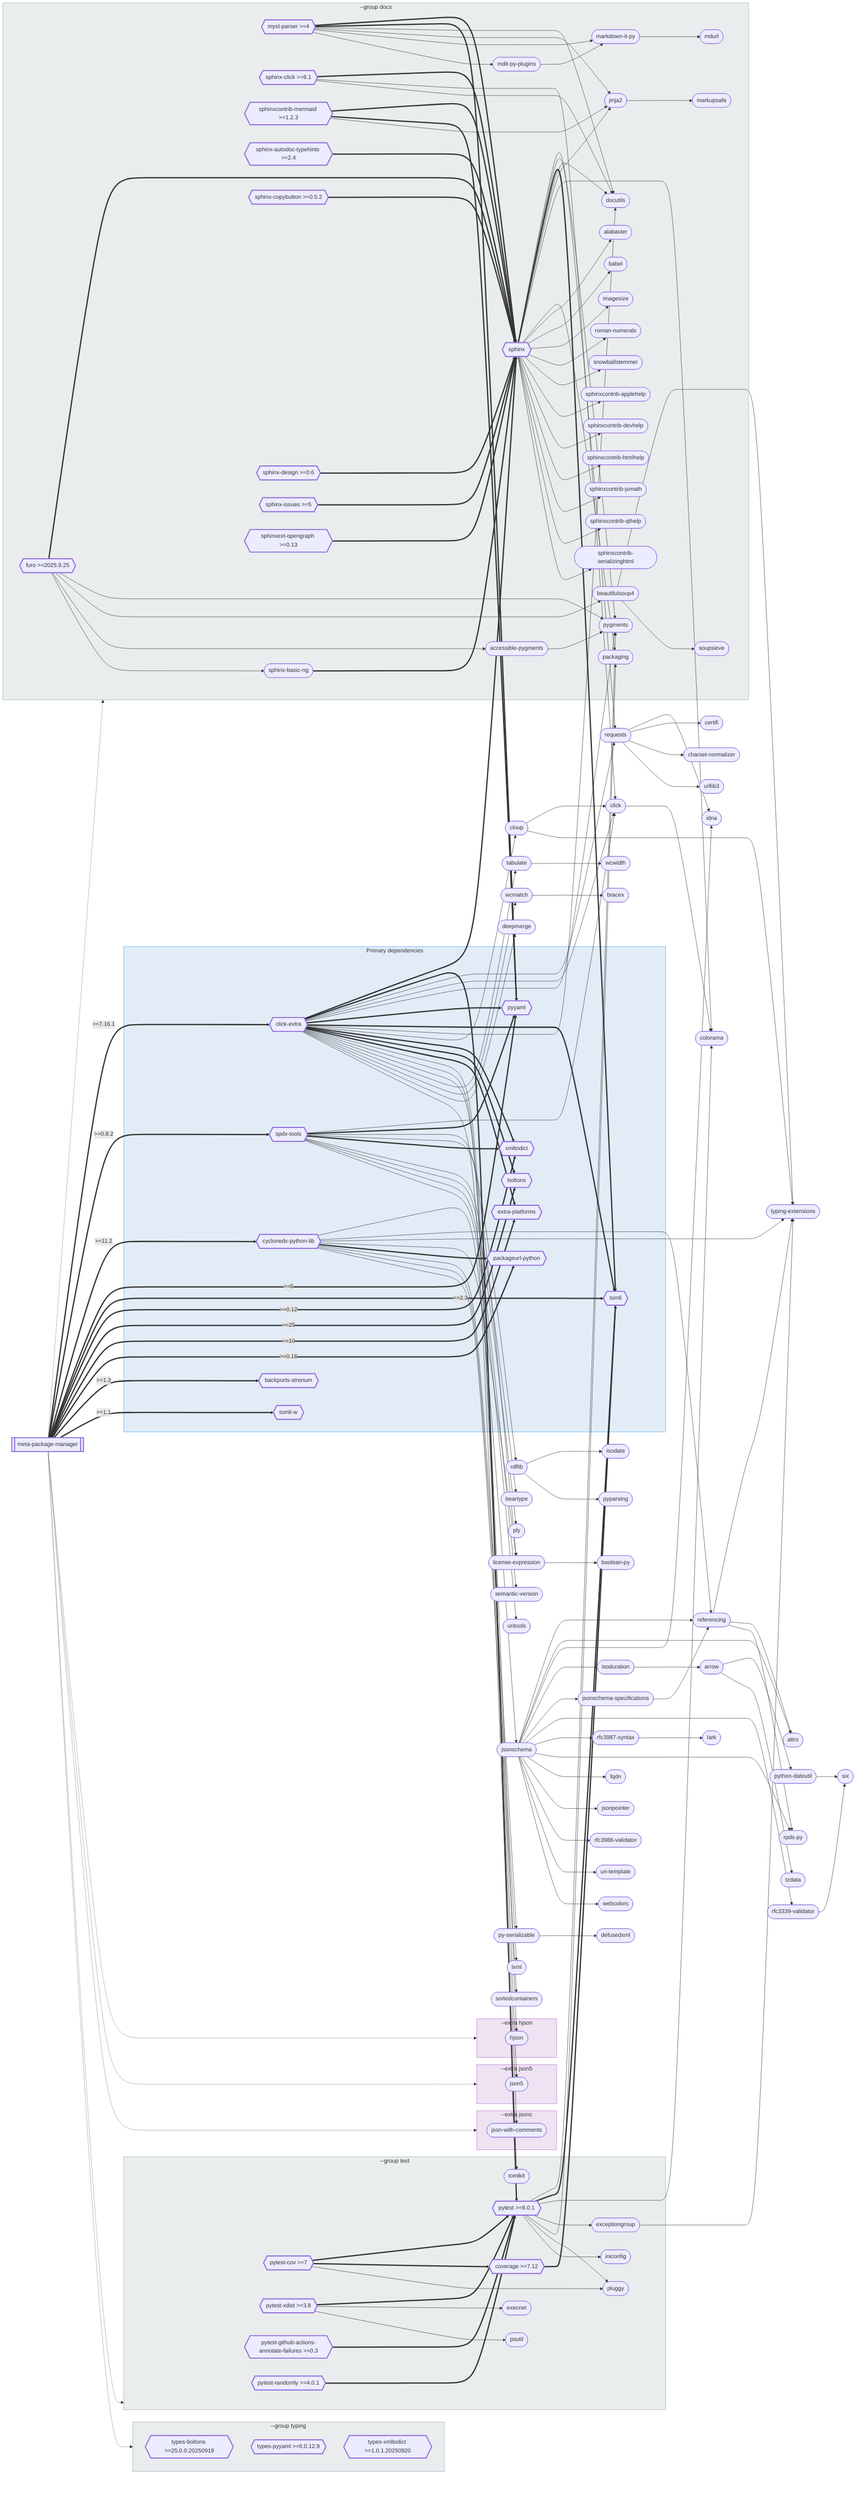
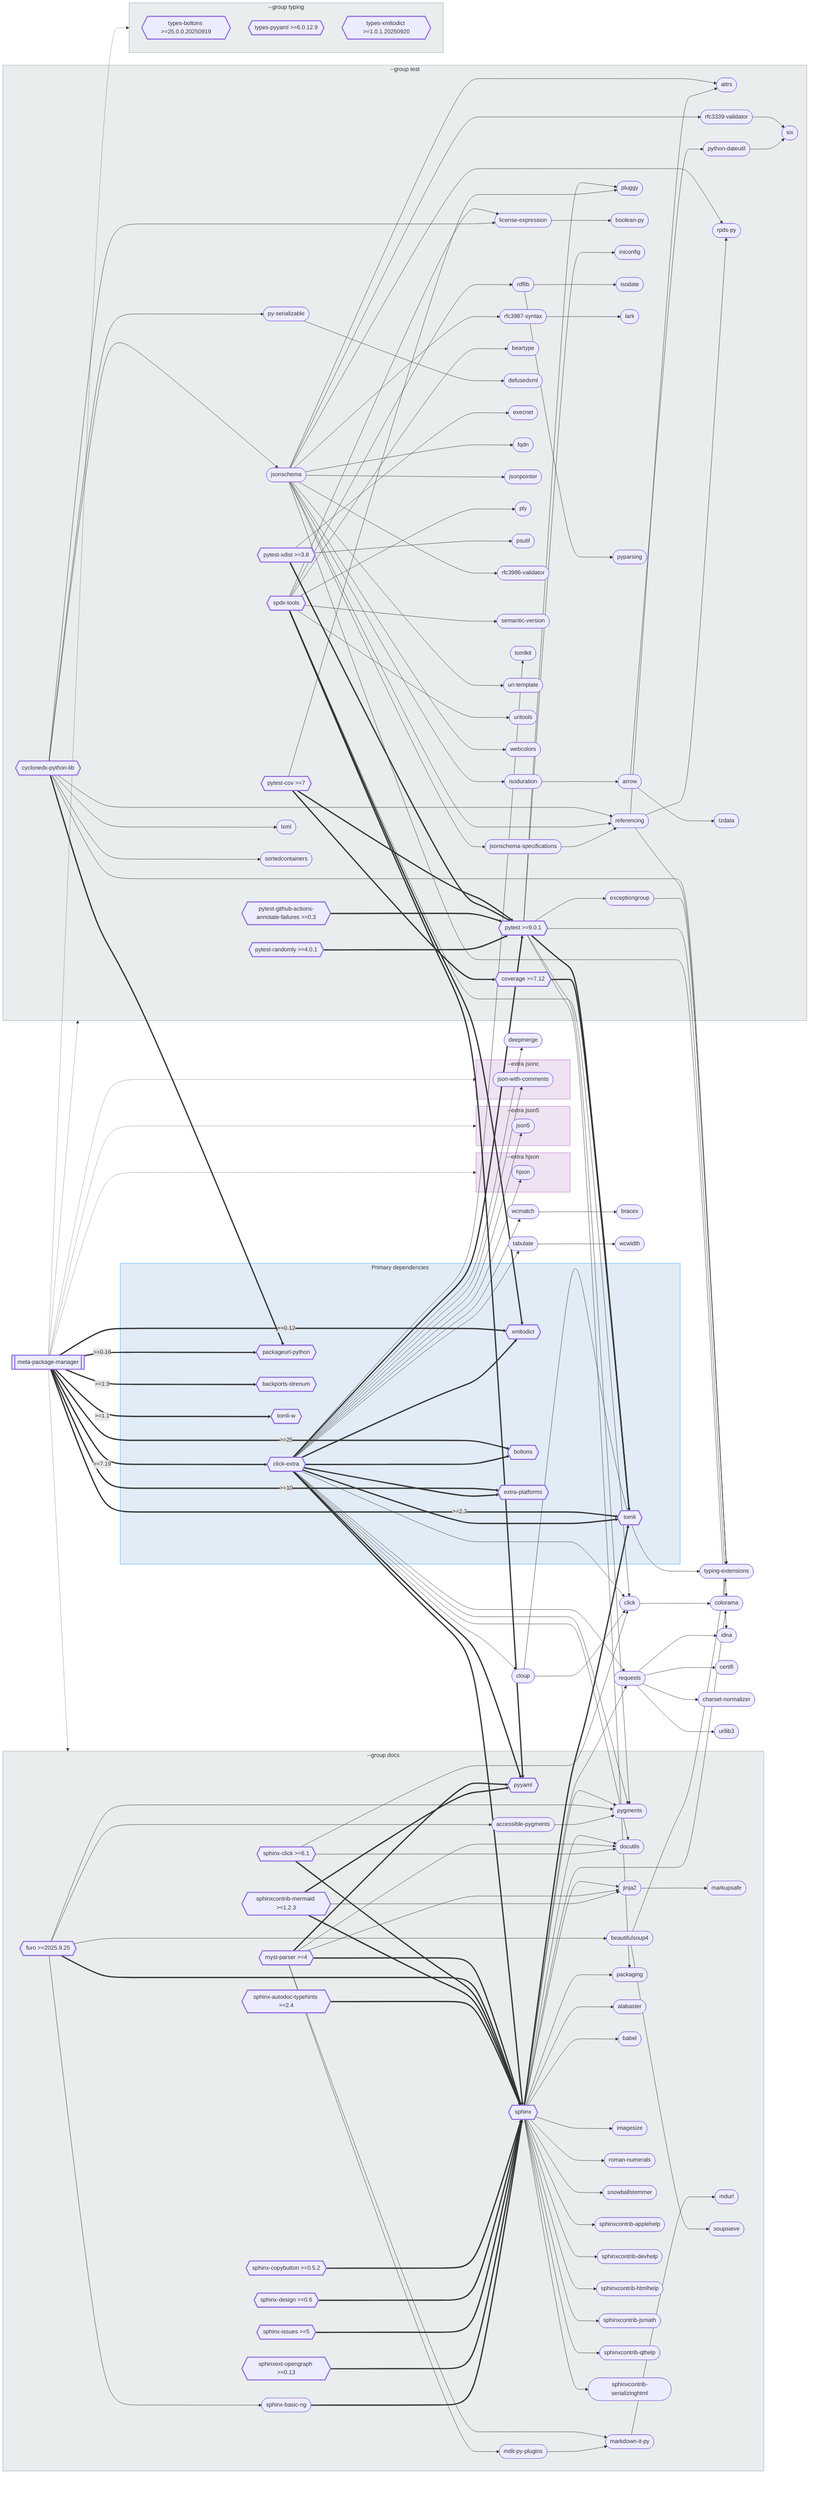
flowchart LR
    meta_package_manager[["`meta-package-manager`"]]

    subgraph primary-deps [Primary dependencies]
        click_extra{{"`click-extra`"}}
-         cyclonedx_python_lib{{"`cyclonedx-python-lib`"}}
-         spdx_tools{{"`spdx-tools`"}}
-         pyyaml{{"`pyyaml`"}}
        tomli{{"`tomli`"}}
        xmltodict{{"`xmltodict`"}}
        boltons{{"`boltons`"}}
        extra_platforms{{"`extra-platforms`"}}
        packageurl_python{{"`packageurl-python`"}}
        backports_strenum{{"`backports-strenum`"}}
        tomli_w{{"`tomli-w`"}}
    end

-     jsonschema(["`jsonschema`"])
-     referencing(["`referencing`"])
    requests(["`requests`"])
    click_0(["`click`"])
    typing_extensions(["`typing-extensions`"])
-     arrow(["`arrow`"])
    cloup(["`cloup`"])
    colorama(["`colorama`"])
-     license_expression(["`license-expression`"])
-     rdflib(["`rdflib`"])
-     attrs(["`attrs`"])
    idna(["`idna`"])
-     isoduration(["`isoduration`"])
-     jsonschema_specifications(["`jsonschema-specifications`"])
-     py_serializable(["`py-serializable`"])
-     python_dateutil(["`python-dateutil`"])
-     rfc3339_validator(["`rfc3339-validator`"])
-     rfc3987_syntax(["`rfc3987-syntax`"])
-     rpds_py(["`rpds-py`"])
-     six(["`six`"])
    tabulate(["`tabulate`"])
    wcmatch(["`wcmatch`"])
-     beartype(["`beartype`"])
-     boolean_py(["`boolean-py`"])
    bracex(["`bracex`"])
    certifi(["`certifi`"])
    charset_normalizer(["`charset-normalizer`"])
    deepmerge(["`deepmerge`"])
-     defusedxml(["`defusedxml`"])
-     fqdn(["`fqdn`"])
-     isodate(["`isodate`"])
-     jsonpointer(["`jsonpointer`"])
-     lark(["`lark`"])
-     lxml(["`lxml`"])
-     ply(["`ply`"])
-     pyparsing(["`pyparsing`"])
-     rfc3986_validator(["`rfc3986-validator`"])
-     semantic_version(["`semantic-version`"])
-     sortedcontainers(["`sortedcontainers`"])
-     tzdata(["`tzdata`"])
-     uri_template(["`uri-template`"])
-     uritools(["`uritools`"])
    urllib3(["`urllib3`"])
    wcwidth(["`wcwidth`"])
-     webcolors(["`webcolors`"])

    subgraph ext_hjson [--extra hjson]
        hjson(["`hjson`"])
    end

    subgraph ext_json5 [--extra json5]
        json5(["`json5`"])
    end

    subgraph ext_jsonc [--extra jsonc]
        json_with_comments(["`json-with-comments`"])
    end

    subgraph grp_docs [--group docs]
        sphinx{{"`sphinx`"}}
        myst_parser{{"`myst-parser >=4`"}}
        furo{{"`furo >=2025.9.25`"}}
        pygments(["`pygments`"])
+         pyyaml{{"`pyyaml`"}}
        docutils(["`docutils`"])
        jinja2(["`jinja2`"])
        sphinx_click{{"`sphinx-click >=6.1`"}}
        sphinxcontrib_mermaid{{"`sphinxcontrib-mermaid >=1.2.3`"}}
        beautifulsoup4(["`beautifulsoup4`"])
        markdown_it_py(["`markdown-it-py`"])
        accessible_pygments(["`accessible-pygments`"])
        mdit_py_plugins(["`mdit-py-plugins`"])
        packaging(["`packaging`"])
        sphinx_autodoc_typehints{{"`sphinx-autodoc-typehints >=2.4`"}}
        sphinx_basic_ng(["`sphinx-basic-ng`"])
        sphinx_copybutton{{"`sphinx-copybutton >=0.5.2`"}}
        sphinx_design{{"`sphinx-design >=0.6`"}}
        sphinx_issues{{"`sphinx-issues >=5`"}}
        sphinxext_opengraph{{"`sphinxext-opengraph >=0.13`"}}
        alabaster(["`alabaster`"])
        babel(["`babel`"])
        imagesize(["`imagesize`"])
        markupsafe(["`markupsafe`"])
        mdurl(["`mdurl`"])
        roman_numerals(["`roman-numerals`"])
        snowballstemmer(["`snowballstemmer`"])
        soupsieve(["`soupsieve`"])
        sphinxcontrib_applehelp(["`sphinxcontrib-applehelp`"])
        sphinxcontrib_devhelp(["`sphinxcontrib-devhelp`"])
        sphinxcontrib_htmlhelp(["`sphinxcontrib-htmlhelp`"])
        sphinxcontrib_jsmath(["`sphinxcontrib-jsmath`"])
        sphinxcontrib_qthelp(["`sphinxcontrib-qthelp`"])
        sphinxcontrib_serializinghtml(["`sphinxcontrib-serializinghtml`"])
    end

    subgraph grp_test [--group test]
+         jsonschema(["`jsonschema`"])
        pytest{{"`pytest >=9.0.1`"}}
+         spdx_tools{{"`spdx-tools`"}}
+         cyclonedx_python_lib{{"`cyclonedx-python-lib`"}}
+         referencing(["`referencing`"])
        pytest_cov{{"`pytest-cov >=7`"}}
        pytest_xdist{{"`pytest-xdist >=3.8`"}}
+         arrow(["`arrow`"])
        coverage{{"`coverage >=7.12`"}}
+         license_expression(["`license-expression`"])
+         rdflib(["`rdflib`"])
+         attrs(["`attrs`"])
        exceptiongroup(["`exceptiongroup`"])
+         isoduration(["`isoduration`"])
+         jsonschema_specifications(["`jsonschema-specifications`"])
        pluggy(["`pluggy`"])
+         py_serializable(["`py-serializable`"])
        pytest_github_actions_annotate_failures{{"`pytest-github-actions-annotate-failures >=0.3`"}}
        pytest_randomly{{"`pytest-randomly >=4.0.1`"}}
+         python_dateutil(["`python-dateutil`"])
+         rfc3339_validator(["`rfc3339-validator`"])
+         rfc3987_syntax(["`rfc3987-syntax`"])
+         rpds_py(["`rpds-py`"])
+         six(["`six`"])
+         beartype(["`beartype`"])
+         boolean_py(["`boolean-py`"])
+         defusedxml(["`defusedxml`"])
        execnet(["`execnet`"])
+         fqdn(["`fqdn`"])
        iniconfig(["`iniconfig`"])
+         isodate(["`isodate`"])
+         jsonpointer(["`jsonpointer`"])
+         lark(["`lark`"])
+         lxml(["`lxml`"])
+         ply(["`ply`"])
        psutil(["`psutil`"])
+         pyparsing(["`pyparsing`"])
+         rfc3986_validator(["`rfc3986-validator`"])
+         semantic_version(["`semantic-version`"])
+         sortedcontainers(["`sortedcontainers`"])
        tomlkit(["`tomlkit`"])
+         tzdata(["`tzdata`"])
+         uri_template(["`uri-template`"])
+         uritools(["`uritools`"])
+         webcolors(["`webcolors`"])
    end

    subgraph grp_typing [--group typing]
        types_boltons{{"`types-boltons >=25.0.0.20250919`"}}
        types_pyyaml{{"`types-pyyaml >=6.0.12.9`"}}
        types_xmltodict{{"`types-xmltodict >=1.0.1.20250920`"}}
    end

-     meta_package_manager ==>|" >=7.16.1 "| click_extra
-     meta_package_manager ==>|" >=0.8.2 "| spdx_tools
-     meta_package_manager ==>|" >=11.2 "| cyclonedx_python_lib
-     meta_package_manager ==>|" >=6 "| pyyaml
+     meta_package_manager ==>|" >=7.19 "| click_extra
    meta_package_manager ==>|" >=2.3 "| tomli
    meta_package_manager ==>|" >=0.12 "| xmltodict
    meta_package_manager ==>|" >=25 "| boltons
    meta_package_manager ==>|" >=10 "| extra_platforms
    meta_package_manager ==>|" >=0.16 "| packageurl_python
    meta_package_manager ==>|" >=1.3 "| backports_strenum
    meta_package_manager ==>|" >=1.1 "| tomli_w
    sphinx --> requests
    sphinx --> pygments
    sphinx ==> tomli
    sphinx --> docutils
    sphinx --> jinja2
    sphinx --> colorama
    sphinx --> packaging
    sphinx --> alabaster
    sphinx --> babel
    sphinx --> imagesize
    sphinx --> roman_numerals
    sphinx --> snowballstemmer
    sphinx --> sphinxcontrib_applehelp
    sphinx --> sphinxcontrib_devhelp
    sphinx --> sphinxcontrib_htmlhelp
    sphinx --> sphinxcontrib_jsmath
    sphinx --> sphinxcontrib_qthelp
    sphinx --> sphinxcontrib_serializinghtml
    click_extra ==> sphinx
    click_extra ==> pytest
    click_extra --> requests
    click_extra --> click_0
    click_extra --> pygments
    click_extra ==> pyyaml
    click_extra ==> tomli
    click_extra --> docutils
    click_extra --> cloup
    click_extra ==> xmltodict
    click_extra ==> boltons
    click_extra ==> extra_platforms
    click_extra --> hjson
    click_extra --> json_with_comments
    click_extra --> json5
    click_extra --> tabulate
    click_extra --> wcmatch
    click_extra --> deepmerge
    click_extra --> tomlkit
    pytest --> pygments
    pytest ==> tomli
    pytest --> colorama
    pytest --> exceptiongroup
    pytest --> packaging
    pytest --> pluggy
    pytest --> iniconfig
    spdx_tools --> click_0
    spdx_tools ==> pyyaml
    spdx_tools --> license_expression
    spdx_tools --> rdflib
    spdx_tools ==> xmltodict
    spdx_tools --> beartype
    spdx_tools --> ply
    spdx_tools --> semantic_version
    spdx_tools --> uritools
    cyclonedx_python_lib --> jsonschema
    cyclonedx_python_lib --> referencing
    cyclonedx_python_lib --> typing_extensions
    cyclonedx_python_lib --> license_expression
    cyclonedx_python_lib ==> packageurl_python
    cyclonedx_python_lib --> py_serializable
    cyclonedx_python_lib --> lxml
    cyclonedx_python_lib --> sortedcontainers
    myst_parser ==> sphinx
    myst_parser ==> pyyaml
    myst_parser --> docutils
    myst_parser --> jinja2
    myst_parser --> markdown_it_py
    myst_parser --> mdit_py_plugins
    furo ==> sphinx
    furo --> pygments
    furo --> beautifulsoup4
    furo --> accessible_pygments
    furo --> sphinx_basic_ng
    pytest_cov ==> pytest
    pytest_cov ==> coverage
    pytest_cov --> pluggy
    pytest_xdist ==> pytest
    pytest_xdist --> execnet
    pytest_xdist --> psutil
    sphinx_click ==> sphinx
    sphinx_click --> click_0
    sphinx_click --> docutils
    sphinxcontrib_mermaid ==> sphinx
    sphinxcontrib_mermaid ==> pyyaml
    sphinxcontrib_mermaid --> jinja2
    coverage ==> tomli
    pytest_github_actions_annotate_failures ==> pytest
    pytest_randomly ==> pytest
    sphinx_autodoc_typehints ==> sphinx
    sphinx_copybutton ==> sphinx
    sphinx_design ==> sphinx
    sphinx_issues ==> sphinx
    sphinxext_opengraph ==> sphinx
    jsonschema --> referencing
    jsonschema --> attrs
    jsonschema --> idna
    jsonschema --> isoduration
    jsonschema --> jsonschema_specifications
    jsonschema --> rfc3339_validator
    jsonschema --> rfc3987_syntax
    jsonschema --> rpds_py
    jsonschema --> fqdn
    jsonschema --> jsonpointer
    jsonschema --> rfc3986_validator
    jsonschema --> uri_template
    jsonschema --> webcolors
    referencing --> typing_extensions
    referencing --> attrs
    referencing --> rpds_py
    requests --> idna
    requests --> certifi
    requests --> charset_normalizer
    requests --> urllib3
    click_0 --> colorama
    jinja2 --> markupsafe
    beautifulsoup4 --> typing_extensions
    beautifulsoup4 --> soupsieve
    cloup --> click_0
    cloup --> typing_extensions
    license_expression --> boolean_py
    markdown_it_py --> mdurl
    rdflib --> isodate
    rdflib --> pyparsing
    accessible_pygments --> pygments
    exceptiongroup --> typing_extensions
    mdit_py_plugins --> markdown_it_py
    py_serializable --> defusedxml
    sphinx_basic_ng ==> sphinx
    tabulate --> wcwidth
    wcmatch --> bracex
    isoduration --> arrow
    jsonschema_specifications --> referencing
    rfc3339_validator --> six
    rfc3987_syntax --> lark
    arrow --> python_dateutil
    arrow --> tzdata
    python_dateutil --> six
    meta_package_manager -.-> ext_hjson
    meta_package_manager -.-> ext_json5
    meta_package_manager -.-> ext_jsonc
    meta_package_manager -.-> grp_docs
    meta_package_manager -.-> grp_test
    meta_package_manager -.-> grp_typing

    click accessible_pygments "https://pypi.org/project/accessible-pygments/" _blank
    click alabaster "https://pypi.org/project/alabaster/" _blank
    click arrow "https://pypi.org/project/arrow/" _blank
    click attrs "https://pypi.org/project/attrs/" _blank
    click babel "https://pypi.org/project/babel/" _blank
    click backports_strenum "https://pypi.org/project/backports-strenum/" _blank
    click beartype "https://pypi.org/project/beartype/" _blank
    click beautifulsoup4 "https://pypi.org/project/beautifulsoup4/" _blank
    click boltons "https://pypi.org/project/boltons/" _blank
    click boolean_py "https://pypi.org/project/boolean-py/" _blank
    click bracex "https://pypi.org/project/bracex/" _blank
    click certifi "https://pypi.org/project/certifi/" _blank
    click charset_normalizer "https://pypi.org/project/charset-normalizer/" _blank
    click click_0 "https://pypi.org/project/click/" _blank
    click click_extra "https://pypi.org/project/click-extra/" _blank
    click cloup "https://pypi.org/project/cloup/" _blank
    click colorama "https://pypi.org/project/colorama/" _blank
    click coverage "https://pypi.org/project/coverage/" _blank
    click cyclonedx_python_lib "https://pypi.org/project/cyclonedx-python-lib/" _blank
    click deepmerge "https://pypi.org/project/deepmerge/" _blank
    click defusedxml "https://pypi.org/project/defusedxml/" _blank
    click docutils "https://pypi.org/project/docutils/" _blank
    click exceptiongroup "https://pypi.org/project/exceptiongroup/" _blank
    click execnet "https://pypi.org/project/execnet/" _blank
    click extra_platforms "https://pypi.org/project/extra-platforms/" _blank
    click fqdn "https://pypi.org/project/fqdn/" _blank
    click furo "https://pypi.org/project/furo/" _blank
    click hjson "https://pypi.org/project/hjson/" _blank
    click idna "https://pypi.org/project/idna/" _blank
    click imagesize "https://pypi.org/project/imagesize/" _blank
    click iniconfig "https://pypi.org/project/iniconfig/" _blank
    click isodate "https://pypi.org/project/isodate/" _blank
    click isoduration "https://pypi.org/project/isoduration/" _blank
    click jinja2 "https://pypi.org/project/jinja2/" _blank
    click json_with_comments "https://pypi.org/project/json-with-comments/" _blank
    click json5 "https://pypi.org/project/json5/" _blank
    click jsonpointer "https://pypi.org/project/jsonpointer/" _blank
    click jsonschema "https://pypi.org/project/jsonschema/" _blank
    click jsonschema_specifications "https://pypi.org/project/jsonschema-specifications/" _blank
    click lark "https://pypi.org/project/lark/" _blank
    click license_expression "https://pypi.org/project/license-expression/" _blank
    click lxml "https://pypi.org/project/lxml/" _blank
    click markdown_it_py "https://pypi.org/project/markdown-it-py/" _blank
    click markupsafe "https://pypi.org/project/markupsafe/" _blank
    click mdit_py_plugins "https://pypi.org/project/mdit-py-plugins/" _blank
    click mdurl "https://pypi.org/project/mdurl/" _blank
    click meta_package_manager "https://pypi.org/project/meta-package-manager/" _blank
    click myst_parser "https://pypi.org/project/myst-parser/" _blank
    click packageurl_python "https://pypi.org/project/packageurl-python/" _blank
    click packaging "https://pypi.org/project/packaging/" _blank
    click pluggy "https://pypi.org/project/pluggy/" _blank
    click ply "https://pypi.org/project/ply/" _blank
    click psutil "https://pypi.org/project/psutil/" _blank
    click py_serializable "https://pypi.org/project/py-serializable/" _blank
    click pygments "https://pypi.org/project/pygments/" _blank
    click pyparsing "https://pypi.org/project/pyparsing/" _blank
    click pytest "https://pypi.org/project/pytest/" _blank
    click pytest_cov "https://pypi.org/project/pytest-cov/" _blank
    click pytest_github_actions_annotate_failures "https://pypi.org/project/pytest-github-actions-annotate-failures/" _blank
    click pytest_randomly "https://pypi.org/project/pytest-randomly/" _blank
    click pytest_xdist "https://pypi.org/project/pytest-xdist/" _blank
    click python_dateutil "https://pypi.org/project/python-dateutil/" _blank
    click pyyaml "https://pypi.org/project/pyyaml/" _blank
    click rdflib "https://pypi.org/project/rdflib/" _blank
    click referencing "https://pypi.org/project/referencing/" _blank
    click requests "https://pypi.org/project/requests/" _blank
    click rfc3339_validator "https://pypi.org/project/rfc3339-validator/" _blank
    click rfc3986_validator "https://pypi.org/project/rfc3986-validator/" _blank
    click rfc3987_syntax "https://pypi.org/project/rfc3987-syntax/" _blank
    click roman_numerals "https://pypi.org/project/roman-numerals/" _blank
    click rpds_py "https://pypi.org/project/rpds-py/" _blank
    click semantic_version "https://pypi.org/project/semantic-version/" _blank
    click six "https://pypi.org/project/six/" _blank
    click snowballstemmer "https://pypi.org/project/snowballstemmer/" _blank
    click sortedcontainers "https://pypi.org/project/sortedcontainers/" _blank
    click soupsieve "https://pypi.org/project/soupsieve/" _blank
    click spdx_tools "https://pypi.org/project/spdx-tools/" _blank
    click sphinx "https://pypi.org/project/sphinx/" _blank
    click sphinx_autodoc_typehints "https://pypi.org/project/sphinx-autodoc-typehints/" _blank
    click sphinx_basic_ng "https://pypi.org/project/sphinx-basic-ng/" _blank
    click sphinx_click "https://pypi.org/project/sphinx-click/" _blank
    click sphinx_copybutton "https://pypi.org/project/sphinx-copybutton/" _blank
    click sphinx_design "https://pypi.org/project/sphinx-design/" _blank
    click sphinx_issues "https://pypi.org/project/sphinx-issues/" _blank
    click sphinxcontrib_applehelp "https://pypi.org/project/sphinxcontrib-applehelp/" _blank
    click sphinxcontrib_devhelp "https://pypi.org/project/sphinxcontrib-devhelp/" _blank
    click sphinxcontrib_htmlhelp "https://pypi.org/project/sphinxcontrib-htmlhelp/" _blank
    click sphinxcontrib_jsmath "https://pypi.org/project/sphinxcontrib-jsmath/" _blank
    click sphinxcontrib_mermaid "https://pypi.org/project/sphinxcontrib-mermaid/" _blank
    click sphinxcontrib_qthelp "https://pypi.org/project/sphinxcontrib-qthelp/" _blank
    click sphinxcontrib_serializinghtml "https://pypi.org/project/sphinxcontrib-serializinghtml/" _blank
    click sphinxext_opengraph "https://pypi.org/project/sphinxext-opengraph/" _blank
    click tabulate "https://pypi.org/project/tabulate/" _blank
    click tomli "https://pypi.org/project/tomli/" _blank
    click tomli_w "https://pypi.org/project/tomli-w/" _blank
    click tomlkit "https://pypi.org/project/tomlkit/" _blank
    click types_boltons "https://pypi.org/project/types-boltons/" _blank
    click types_pyyaml "https://pypi.org/project/types-pyyaml/" _blank
    click types_xmltodict "https://pypi.org/project/types-xmltodict/" _blank
    click typing_extensions "https://pypi.org/project/typing-extensions/" _blank
    click tzdata "https://pypi.org/project/tzdata/" _blank
    click uri_template "https://pypi.org/project/uri-template/" _blank
    click uritools "https://pypi.org/project/uritools/" _blank
    click urllib3 "https://pypi.org/project/urllib3/" _blank
    click wcmatch "https://pypi.org/project/wcmatch/" _blank
    click wcwidth "https://pypi.org/project/wcwidth/" _blank
    click webcolors "https://pypi.org/project/webcolors/" _blank
    click xmltodict "https://pypi.org/project/xmltodict/" _blank

    style meta_package_manager stroke-width:3px
    style backports_strenum stroke-width:3px
    style boltons stroke-width:3px
    style click_extra stroke-width:3px
    style coverage stroke-width:3px
    style cyclonedx_python_lib stroke-width:3px
    style extra_platforms stroke-width:3px
    style furo stroke-width:3px
    style myst_parser stroke-width:3px
    style packageurl_python stroke-width:3px
    style pytest stroke-width:3px
    style pytest_cov stroke-width:3px
    style pytest_github_actions_annotate_failures stroke-width:3px
    style pytest_randomly stroke-width:3px
    style pytest_xdist stroke-width:3px
    style pyyaml stroke-width:3px
    style spdx_tools stroke-width:3px
    style sphinx stroke-width:3px
    style sphinx_autodoc_typehints stroke-width:3px
    style sphinx_click stroke-width:3px
    style sphinx_copybutton stroke-width:3px
    style sphinx_design stroke-width:3px
    style sphinx_issues stroke-width:3px
    style sphinxcontrib_mermaid stroke-width:3px
    style sphinxext_opengraph stroke-width:3px
    style tomli stroke-width:3px
    style tomli_w stroke-width:3px
    style types_boltons stroke-width:3px
    style types_pyyaml stroke-width:3px
    style types_xmltodict stroke-width:3px
    style xmltodict stroke-width:3px

    style primary-deps fill:#1565C020,stroke:#42A5F5
    style ext_hjson fill:#7B1FA220,stroke:#BA68C8
    style ext_json5 fill:#7B1FA220,stroke:#BA68C8
    style ext_jsonc fill:#7B1FA220,stroke:#BA68C8
    style grp_docs fill:#546E7A20,stroke:#90A4AE
    style grp_test fill:#546E7A20,stroke:#90A4AE
    style grp_typing fill:#546E7A20,stroke:#90A4AE
